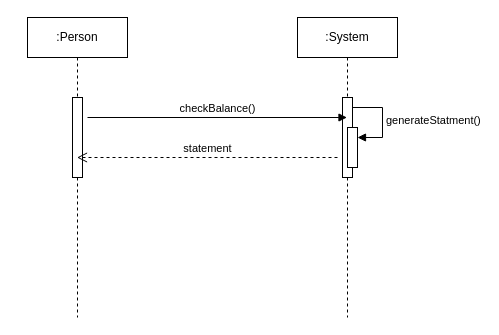
The draw.io diagram projeto/diagramas/diagrama_sequencia/sequencia_extrato.drawio in pucmg-2023-02-lps-g2/MGS-Projeto-03, before the edit. Source tidied: cells renumbered, new cells numbered last; positions are measured from the earlier drawing's top-left corner, leaving out a move shared by most shapes. Both pictures are drawn from the tidied source at 100%, with x=0, y=0 at pixel (27, 17).
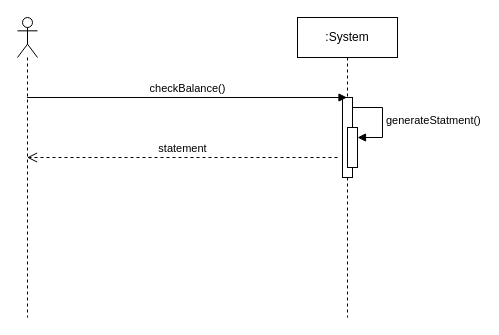
The same page after the edit.

Commit message (it also covers changes not shown here):
Melhorando diagramas de sequencia

Diff of the diagram source:
```diff
@@
 <mxGraphModel>
   <root>
     <mxCell id="0" />
     <mxCell id="1" parent="0" />
-    <mxCell id="2" value=":Person" style="shape=umlLifeline;perimeter=lifelinePerimeter;whiteSpace=wrap;html=1;outlineConnect=0;portConstraint=eastwest;newEdgeStyle={&quot;curved&quot;:0,&quot;rounded&quot;:0};" parent="1" vertex="1">
-      <mxGeometry width="100" height="300" as="geometry" />
-    </mxCell>
-    <mxCell id="3" style="html=1;perimeter=orthogonalPerimeter;targetShapes=umlLifeline;newEdgeStyle={&quot;curved&quot;:0,&quot;rounded&quot;:0};" parent="2" vertex="1">
-      <mxGeometry x="45" y="80" width="10" height="80" as="geometry" />
-    </mxCell>
     <mxCell id="4" value=":System" style="shape=umlLifeline;perimeter=lifelinePerimeter;whiteSpace=wrap;html=1;outlineConnect=0;portConstraint=eastwest;newEdgeStyle={&quot;curved&quot;:0,&quot;rounded&quot;:0};" parent="1" vertex="1">
       <mxGeometry x="270" width="100" height="300" as="geometry" />
     </mxCell>
     <mxCell id="5" style="html=1;perimeter=orthogonalPerimeter;targetShapes=umlLifeline;newEdgeStyle={&quot;curved&quot;:0,&quot;rounded&quot;:0};" parent="4" vertex="1">
       <mxGeometry x="45" y="80" width="10" height="80" as="geometry" />
     </mxCell>
     <mxCell id="6" style="html=1;perimeter=orthogonalPerimeter;targetShapes=umlLifeline;newEdgeStyle={&quot;curved&quot;:0,&quot;rounded&quot;:0};" parent="4" vertex="1">
       <mxGeometry x="50" y="110" width="10" height="40" as="geometry" />
     </mxCell>
     <mxCell id="7" value="generateStatment()" style="html=1;align=left;spacingLeft=2;endArrow=block;rounded=0;edgeStyle=orthogonalEdgeStyle;curved=0;rounded=0;" parent="4" edge="1">
       <mxGeometry relative="1" as="geometry">
         <mxPoint x="55" y="90" as="sourcePoint" />
         <mxPoint x="60" y="120" as="targetPoint" />
         <Array as="points">
           <mxPoint x="85" y="120" />
         </Array>
       </mxGeometry>
     </mxCell>
-    <mxCell id="8" value="checkBalance()" style="html=1;verticalAlign=bottom;endArrow=block;curved=0;rounded=0;" parent="1" edge="1" target="4">
+    <mxCell id="8" value="checkBalance()" style="html=1;verticalAlign=bottom;endArrow=block;curved=0;rounded=0;" parent="1" edge="1">
       <mxGeometry relative="1" as="geometry">
-        <mxPoint x="60" y="100" as="sourcePoint" />
+        <mxPoint x="-0.5" y="80" as="sourcePoint" />
+        <mxPoint x="319.5" y="80" as="targetPoint" />
       </mxGeometry>
     </mxCell>
-    <mxCell id="9" value="statement" style="html=1;verticalAlign=bottom;endArrow=open;dashed=1;endSize=8;curved=0;rounded=0;" parent="1" edge="1" target="2">
+    <mxCell id="9" value="statement" style="html=1;verticalAlign=bottom;endArrow=open;dashed=1;endSize=8;curved=0;rounded=0;" parent="1" edge="1" target="10">
       <mxGeometry relative="1" as="geometry">
         <mxPoint x="310" y="140" as="sourcePoint" />
       </mxGeometry>
     </mxCell>
+    <mxCell id="10" style="shape=umlLifeline;perimeter=lifelinePerimeter;whiteSpace=wrap;html=1;outlineConnect=0;portConstraint=eastwest;newEdgeStyle={&quot;curved&quot;:0,&quot;rounded&quot;:0};participant=umlActor;" parent="1" vertex="1">
+      <mxGeometry x="-10" width="20" height="300" as="geometry" />
+    </mxCell>
   </root>
 </mxGraphModel>
```
